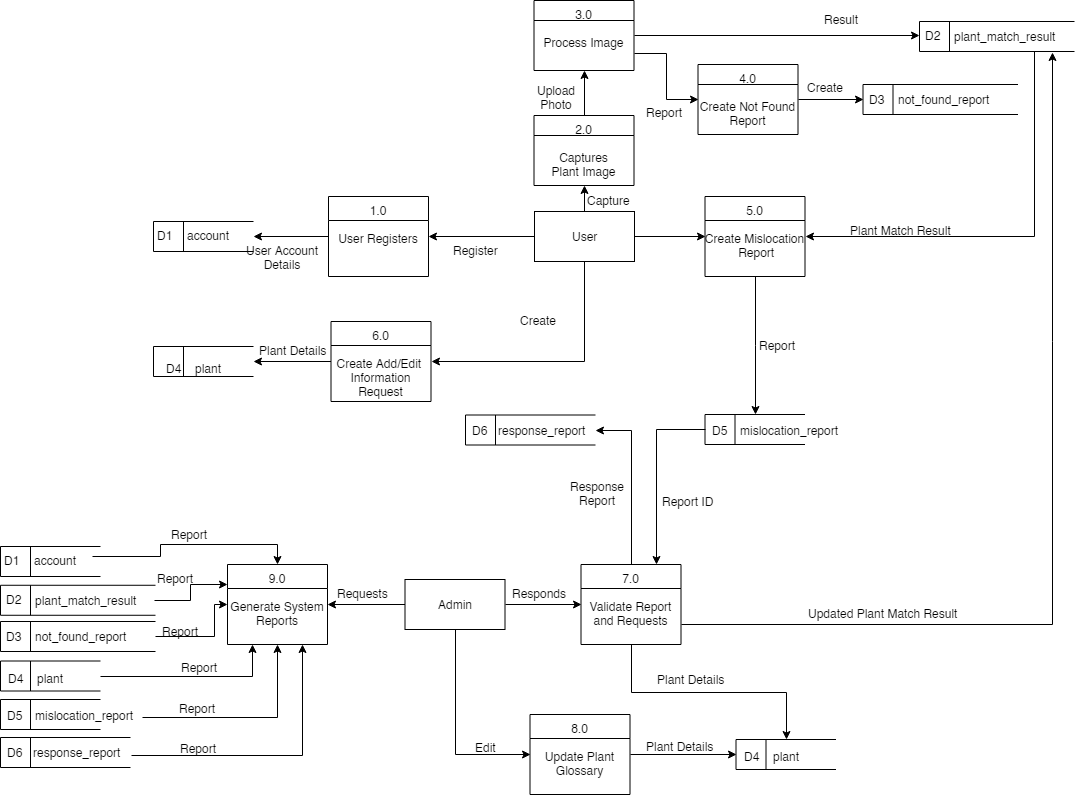
The draw.io diagram Documentations/Diagrams/5-Data Flow Diagram/Data Flow Diagram - Level 0.png in seans888/project--lyf, before a commit. Source tidied: cells renumbered, new cells last; positions are measured from the earlier drawing's top-left corner, leaving out a move shared by most shapes.
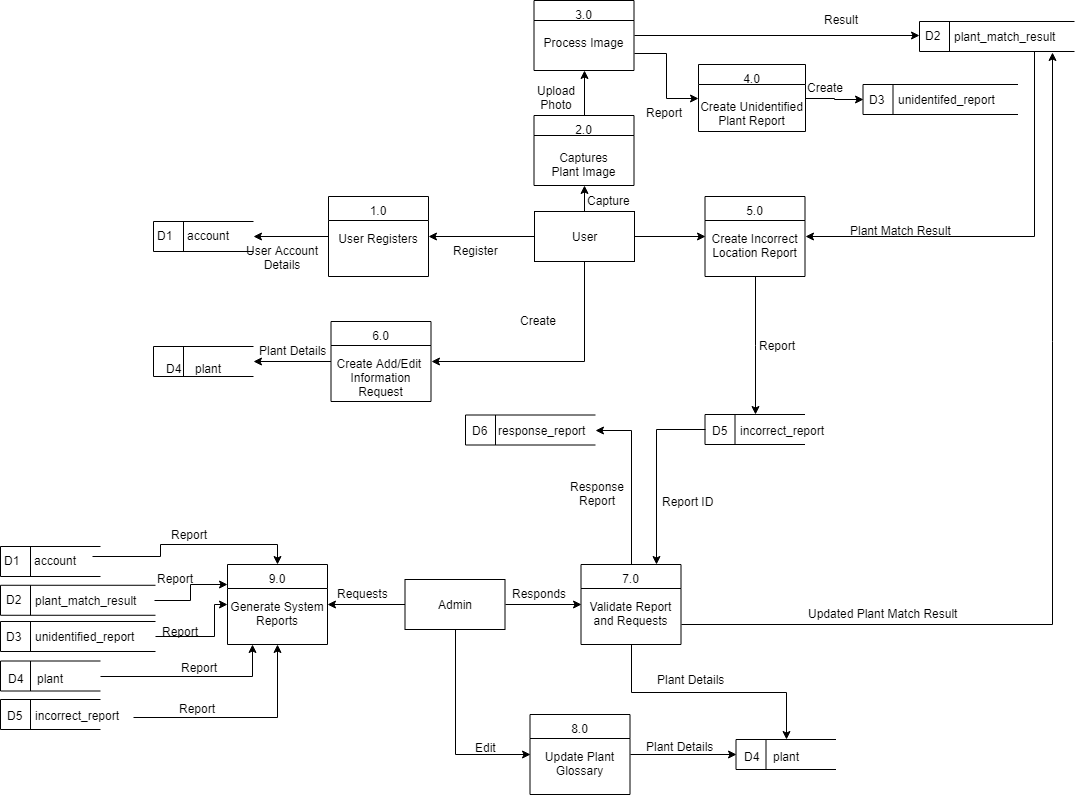
After the change.

Change to the diagram source:
```diff
@@ -55,7 +55,7 @@
     <mxCell id="14" style="edgeStyle=orthogonalEdgeStyle;rounded=0;html=1;exitX=0.5;exitY=1;exitDx=0;exitDy=0;jettySize=auto;" parent="1" edge="1" source="15" target="82">
       <mxGeometry relative="1" as="geometry" />
     </mxCell>
-    <mxCell id="15" value="5.0&#10;&#10;Create Mislocation&#10; Report&#10;" style="swimlane;fontStyle=0;horizontal=1;startSize=24;fillColor=#ffffff;swimlaneFillColor=#ffffff;verticalAlign=top;" parent="1" vertex="1">
+    <mxCell id="15" value="5.0&#10;&#10;Create Incorrect&#10;Location Report&#10;" style="swimlane;fontStyle=0;horizontal=1;startSize=24;fillColor=#ffffff;swimlaneFillColor=#ffffff;verticalAlign=top;" parent="1" vertex="1">
       <mxGeometry x="704.5" y="196" width="100" height="80" as="geometry" />
     </mxCell>
     <mxCell id="16" value="Report" style="text;html=1;align=left;verticalAlign=top;spacingTop=-4;" parent="1" vertex="1">
@@ -151,8 +151,8 @@
     <mxCell id="46" style="edgeStyle=orthogonalEdgeStyle;rounded=0;jettySize=auto;html=1;exitX=1;exitY=0.5;exitDx=0;exitDy=0;entryX=0;entryY=0.5;entryDx=0;entryDy=0;" parent="1" edge="1" source="47" target="49">
       <mxGeometry relative="1" as="geometry" />
     </mxCell>
-    <mxCell id="47" value="4.0&#10;&#10;Create Not Found&#10;Report&#10;" style="swimlane;fontStyle=0;horizontal=1;startSize=20;fillColor=#ffffff;swimlaneFillColor=#ffffff;align=center;verticalAlign=top;" parent="1" vertex="1">
-      <mxGeometry x="697.5" y="64" width="100" height="70" as="geometry" />
+    <mxCell id="47" value="4.0&#10;&#10;Create Unidentified &#10;Plant Report&#10;" style="swimlane;fontStyle=0;horizontal=1;startSize=20;fillColor=#ffffff;swimlaneFillColor=#ffffff;align=center;verticalAlign=top;" parent="1" vertex="1">
+      <mxGeometry x="698" y="64" width="107" height="67" as="geometry" />
     </mxCell>
     <mxCell id="48" style="group;" parent="1" vertex="1">
       <mxGeometry x="862.5" y="84" width="155" height="30" as="geometry" />
@@ -160,8 +160,8 @@
     <mxCell id="49" style="html=1;dashed=0;whitespace=wrap;shape=mxgraph.dfd.dataStoreID;align=left;spacingLeft=3;points=[[0,0],[0.5,0],[1,0],[0,0.5],[1,0.5],[0,1],[0.5,1],[1,1]];" parent="48" vertex="1">
       <mxGeometry width="155" height="30" as="geometry" />
     </mxCell>
-    <mxCell id="50" value="not_found_report" style="text;html=1;align=left;verticalAlign=top;spacingTop=-4;" parent="48" vertex="1">
-      <mxGeometry x="33" y="6" width="110" height="10" as="geometry" />
+    <mxCell id="50" value="unidentifed_report" style="text;html=1;align=left;verticalAlign=top;spacingTop=-4;" parent="48" vertex="1">
+      <mxGeometry x="33" y="6" width="110" height="20" as="geometry" />
     </mxCell>
     <mxCell id="51" value="D3" style="text;html=1;align=left;verticalAlign=top;spacingTop=-4;" parent="48" vertex="1">
       <mxGeometry x="4" y="6" width="30" height="10" as="geometry" />
@@ -247,8 +247,8 @@
     <mxCell id="78" style="html=1;dashed=0;whitespace=wrap;shape=mxgraph.dfd.dataStoreID;align=left;spacingLeft=3;points=[[0,0],[0.5,0],[1,0],[0,0.5],[1,0.5],[0,1],[0.5,1],[1,1]];" parent="77" vertex="1">
       <mxGeometry width="155" height="30" as="geometry" />
     </mxCell>
-    <mxCell id="79" value="not_found_report" style="text;html=1;align=left;verticalAlign=top;spacingTop=-4;" parent="77" vertex="1">
-      <mxGeometry x="33" y="6" width="110" height="10" as="geometry" />
+    <mxCell id="79" value="unidentified_report" style="text;html=1;align=left;verticalAlign=top;spacingTop=-4;" parent="77" vertex="1">
+      <mxGeometry x="33" y="6" width="110" height="20" as="geometry" />
     </mxCell>
     <mxCell id="80" value="D3" style="text;html=1;align=left;verticalAlign=top;spacingTop=-4;" parent="77" vertex="1">
       <mxGeometry x="4" y="6" width="30" height="10" as="geometry" />
@@ -259,8 +259,8 @@
     <mxCell id="82" style="html=1;dashed=0;whitespace=wrap;shape=mxgraph.dfd.dataStoreID;align=left;spacingLeft=3;points=[[0,0],[0.5,0],[1,0],[0,0.5],[1,0.5],[0,1],[0.5,1],[1,1]];" parent="81" vertex="1">
       <mxGeometry width="100" height="30" as="geometry" />
     </mxCell>
-    <mxCell id="83" value="mislocation_report" style="text;html=1;align=left;verticalAlign=top;spacingTop=-4;" parent="81" vertex="1">
-      <mxGeometry x="33" y="7" width="110" height="10" as="geometry" />
+    <mxCell id="83" value="incorrect_report" style="text;html=1;align=left;verticalAlign=top;spacingTop=-4;" parent="81" vertex="1">
+      <mxGeometry x="33" y="7" width="100" height="20" as="geometry" />
     </mxCell>
     <mxCell id="84" value="D5" style="text;html=1;align=left;verticalAlign=top;spacingTop=-4;" parent="81" vertex="1">
       <mxGeometry x="5" y="7" width="30" height="10" as="geometry" />
@@ -271,24 +271,12 @@
     <mxCell id="86" style="html=1;dashed=0;whitespace=wrap;shape=mxgraph.dfd.dataStoreID;align=left;spacingLeft=3;" parent="85" vertex="1">
       <mxGeometry width="100" height="30" as="geometry" />
     </mxCell>
-    <mxCell id="87" value="mislocation_report" style="text;html=1;points=[];align=left;verticalAlign=top;spacingTop=-4;" parent="85" vertex="1">
-      <mxGeometry x="33" y="7" width="110" height="10" as="geometry" />
+    <mxCell id="87" value="incorrect_report" style="text;html=1;points=[];align=left;verticalAlign=top;spacingTop=-4;" parent="85" vertex="1">
+      <mxGeometry x="33" y="7" width="100" height="20" as="geometry" />
     </mxCell>
     <mxCell id="88" value="D5" style="text;html=1;align=left;verticalAlign=top;spacingTop=-4;" parent="85" vertex="1">
       <mxGeometry x="5" y="7" width="30" height="10" as="geometry" />
     </mxCell>
-    <mxCell id="89" style="group;" parent="1" vertex="1">
-      <mxGeometry y="737" width="130.5" height="30" as="geometry" />
-    </mxCell>
-    <mxCell id="90" style="html=1;dashed=0;whitespace=wrap;shape=mxgraph.dfd.dataStoreID;align=left;spacingLeft=3;" parent="89" vertex="1">
-      <mxGeometry width="130" height="30" as="geometry" />
-    </mxCell>
-    <mxCell id="91" value="response_report" style="text;html=1;points=[];align=left;verticalAlign=top;spacingTop=-4;" parent="89" vertex="1">
-      <mxGeometry x="30.5" y="6" width="100" height="20" as="geometry" />
-    </mxCell>
-    <mxCell id="92" value="D6" style="text;html=1;align=left;verticalAlign=top;spacingTop=-4;" parent="89" vertex="1">
-      <mxGeometry x="4.5" y="6" width="30" height="10" as="geometry" />
-    </mxCell>
     <mxCell id="93" style="group;" parent="1" vertex="1">
       <mxGeometry y="546" width="100" height="30" as="geometry" />
     </mxCell>
@@ -312,16 +300,13 @@
         </Array>
       </mxGeometry>
     </mxCell>
-    <mxCell id="99" style="edgeStyle=orthogonalEdgeStyle;rounded=0;jettySize=auto;html=1;exitX=0.995;exitY=1.117;exitDx=0;exitDy=0;entryX=0.5;entryY=1;entryDx=0;entryDy=0;exitPerimeter=0;" parent="1" edge="1" source="87" target="67">
+    <mxCell id="99" style="edgeStyle=orthogonalEdgeStyle;rounded=0;jettySize=auto;html=1;entryX=0.5;entryY=1;entryDx=0;entryDy=0;" parent="1" edge="1" source="87" target="67">
       <mxGeometry relative="1" as="geometry">
         <Array as="points">
           <mxPoint x="277" y="717" />
         </Array>
       </mxGeometry>
     </mxCell>
-    <mxCell id="100" style="edgeStyle=orthogonalEdgeStyle;rounded=0;jettySize=auto;html=1;exitX=1.004;exitY=0.592;exitDx=0;exitDy=0;entryX=0.75;entryY=1;entryDx=0;entryDy=0;exitPerimeter=0;" parent="1" edge="1" source="91" target="67">
-      <mxGeometry relative="1" as="geometry" />
-    </mxCell>
     <mxCell id="101" value="Report" style="text;html=1;align=left;verticalAlign=top;spacingTop=-4;" parent="1" vertex="1">
       <mxGeometry x="169" y="525" width="50" height="10" as="geometry" />
     </mxCell>
@@ -364,9 +349,6 @@
     <mxCell id="114" style="edgeStyle=orthogonalEdgeStyle;rounded=0;jettySize=auto;html=1;exitX=1;exitY=0.5;exitDx=0;exitDy=0;entryX=0.25;entryY=1;entryDx=0;entryDy=0;" parent="1" edge="1" source="110" target="67">
       <mxGeometry relative="1" as="geometry" />
     </mxCell>
-    <mxCell id="115" value="Report" style="text;html=1;align=left;verticalAlign=top;spacingTop=-4;" parent="1" vertex="1">
-      <mxGeometry x="178" y="739" width="50" height="10" as="geometry" />
-    </mxCell>
     <mxCell id="116" value="Report" style="text;html=1;align=left;verticalAlign=top;spacingTop=-4;" parent="1" vertex="1">
       <mxGeometry x="179" y="658" width="50" height="20" as="geometry" />
     </mxCell>
```
